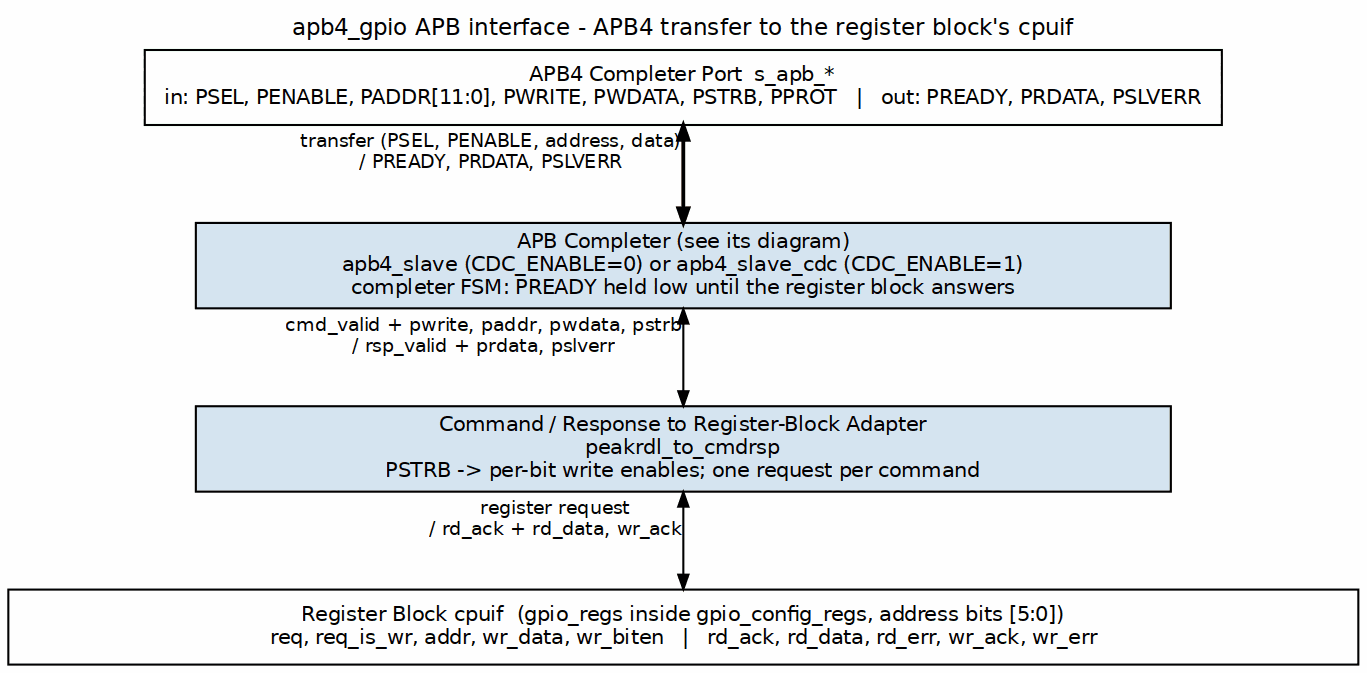
Before: projects/components/legacy-ip/retro_legacy_blocks/docs/gpio_mas/assets/graphviz/gpio_apb_interface.png, a diagram exported from Graphviz (sean-galloway/RTLDesignSherpa). Its source is kept beside it as projects/components/legacy-ip/retro_legacy_blocks/docs/gpio_mas/assets/graphviz/gpio_apb_interface.dot.
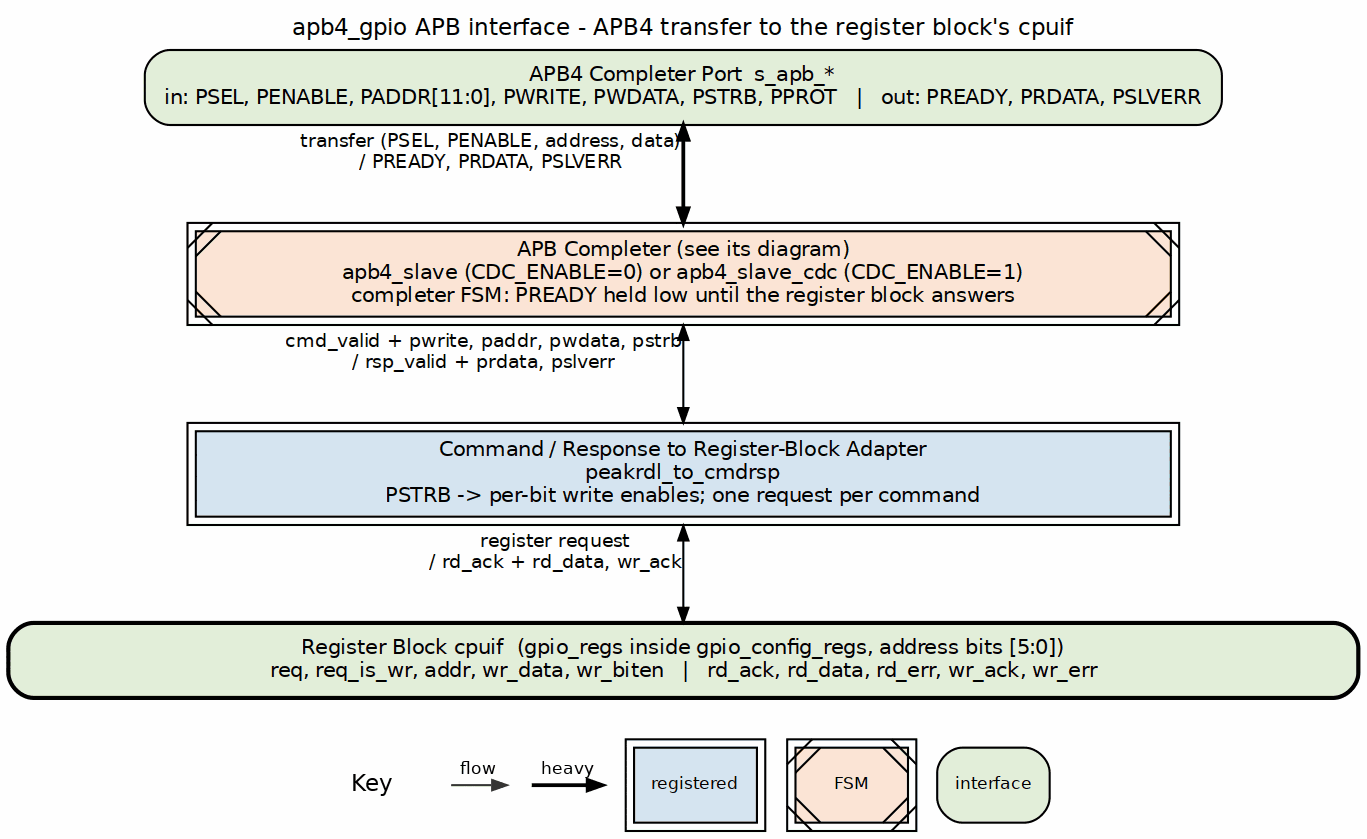
After the commit.

Diff of the diagram source:
```diff
@@ -4,15 +4,15 @@
            label="apb4_gpio APB interface - APB4 transfer to the register block's cpuif",
            labelloc=t, labeljust=c];
     node  [fontname="Helvetica", fontsize=10, shape=box, style=filled,
-           fillcolor="#D6E4F0", color="black", margin="0.12,0.06"];
+           fillcolor="white", color="black", margin="0.12,0.06"];
     edge  [fontname="Helvetica", fontsize=9, color="black", arrowsize=0.7];
 
     apb [label="APB4 Completer Port  s_apb_*\nin: PSEL, PENABLE, PADDR[11:0], PWRITE, PWDATA, PSTRB, PPROT   |   out: PREADY, PRDATA, PSLVERR",
-         fillcolor="white"];
-    slv [label="APB Completer (see its diagram)\napb4_slave (CDC_ENABLE=0) or apb4_slave_cdc (CDC_ENABLE=1)\ncompleter FSM: PREADY held low until the register block answers", width=6.5];
-    adp [label="Command / Response to Register-Block Adapter\npeakrdl_to_cmdrsp\nPSTRB -> per-bit write enables; one request per command", width=6.5];
+         fillcolor="white", style="rounded,filled", fillcolor="#E2EFDA"];
+    slv [label="APB Completer (see its diagram)\napb4_slave (CDC_ENABLE=0) or apb4_slave_cdc (CDC_ENABLE=1)\ncompleter FSM: PREADY held low until the register block answers", width=6.5, peripheries=2, style="filled,diagonals", fillcolor="#FCE4D6"];
+    adp [label="Command / Response to Register-Block Adapter\npeakrdl_to_cmdrsp\nPSTRB -> per-bit write enables; one request per command", width=6.5, peripheries=2, style="filled", fillcolor="#D6E4F0"];
     bar [label="Register Block cpuif  (gpio_regs inside gpio_config_regs, address bits [5:0])\nreq, req_is_wr, addr, wr_data, wr_biten   |   rd_ack, rd_data, rd_err, wr_ack, wr_err",
-         fillcolor="white", width=9.0];
+         fillcolor="white", width=9.0, style="rounded,filled,bold", fillcolor="#E2EFDA"];
 
     apb -> slv [dir=both, penwidth=1.8, xlabel="transfer (PSEL, PENABLE, address, data)\n/ PREADY, PRDATA, PSLVERR"];
     slv -> adp [dir=both, xlabel="cmd_valid + pwrite, paddr, pwdata, pstrb\n/ rsp_valid + prdata, pslverr"];
```
